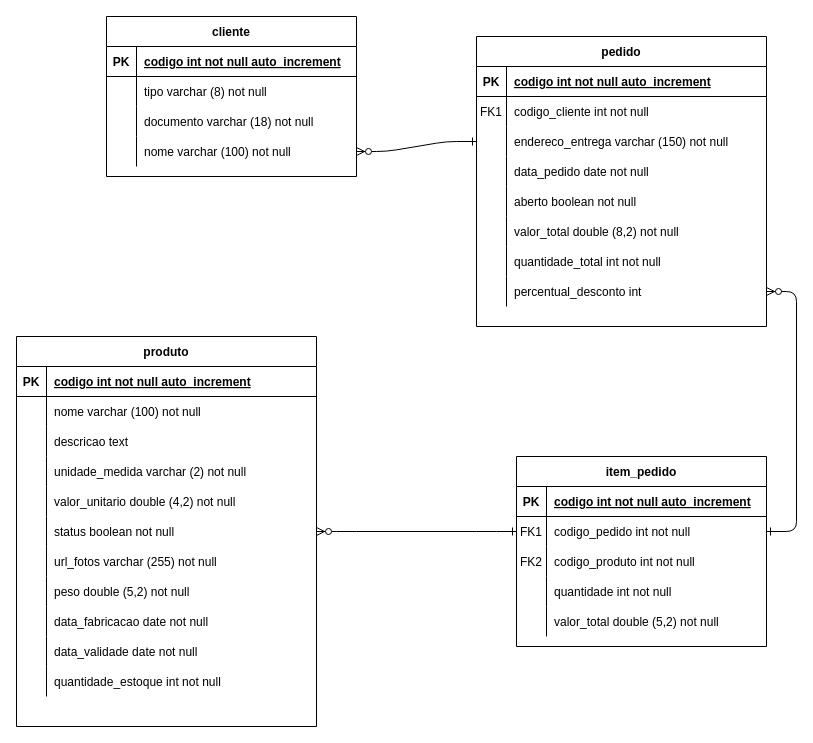
The draw.io diagram Modelagem/MER.drawio in anamelotm/Chocolate-ponto-e-virgula, before the edit. Source tidied: cells renumbered, new cells numbered last; positions are measured from the earlier drawing's top-left corner, leaving out a move shared by most shapes. Both pictures are drawn from the tidied source at 100%, with x=0, y=0 at pixel (16, 16).
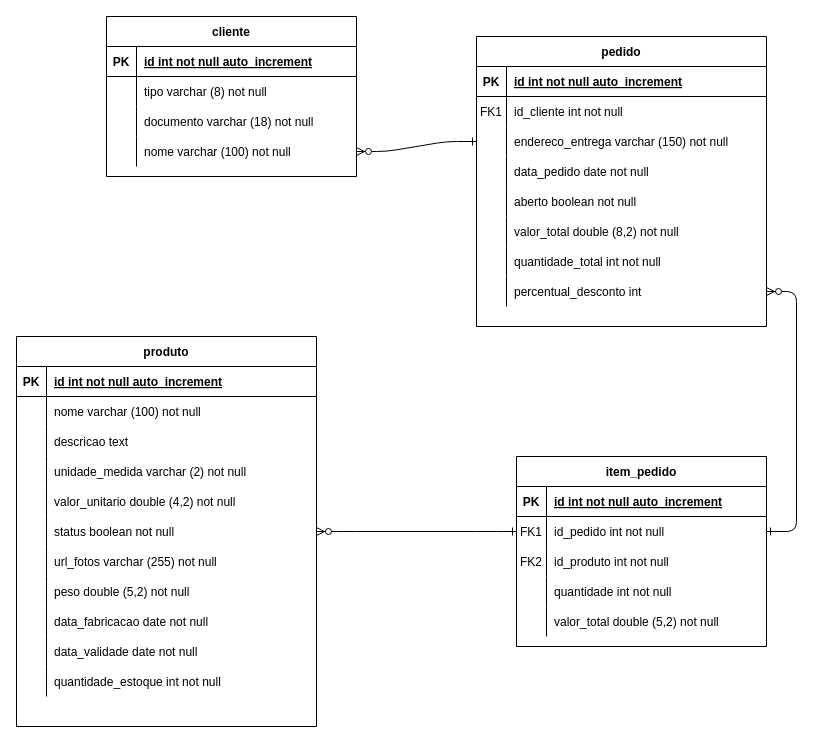
Above is the later version.

Commit message (it also covers changes not shown here):
Atualização do Banco de Dados, MER e UML

Unchanged cells that the change refers to:
```xml
<mxCell id="3" style="shape=partialRectangle;fillColor=none;top=0;left=0;right=0;bottom=1;" parent="2" vertex="1">
  <mxGeometry y="30" width="290" height="30" as="geometry" />
</mxCell>
<mxCell id="6" style="shape=partialRectangle;fillColor=none;top=0;left=0;right=0;bottom=0;" parent="2" vertex="1">
  <mxGeometry y="60" width="290" height="30" as="geometry" />
</mxCell>
<mxCell id="28" style="shape=partialRectangle;fillColor=none;top=0;left=0;right=0;bottom=1;" parent="27" vertex="1">
  <mxGeometry y="30" width="250" height="30" as="geometry" />
</mxCell>
<mxCell id="31" style="shape=partialRectangle;fillColor=none;points=[[0,0.5],[1,0.5]];portConstraint=eastwest;top=0;left=0;right=0;bottom=0;" parent="27" vertex="1">
  <mxGeometry y="60" width="250" height="30" as="geometry" />
</mxCell>
<mxCell id="34" style="shape=partialRectangle;fillColor=none;top=0;left=0;right=0;bottom=0;" parent="27" vertex="1">
  <mxGeometry y="90" width="250" height="30" as="geometry" />
</mxCell>
<mxCell id="44" style="shape=partialRectangle;fillColor=none;top=0;left=0;right=0;bottom=1;" parent="43" vertex="1">
  <mxGeometry y="30" width="250" height="30" as="geometry" />
</mxCell>
<mxCell id="57" style="shape=partialRectangle;fillColor=none;top=0;left=0;right=0;bottom=1;" parent="56" vertex="1">
  <mxGeometry y="30" width="300" height="30" as="geometry" />
</mxCell>
```

Diff of the diagram source:
```diff
@@
-    <mxCell id="5" value="codigo int not null auto_increment" style="shape=partialRectangle;overflow=hidden;fillColor=none;top=0;left=0;bottom=0;right=0;align=left;spacingLeft=6;fontStyle=5;" parent="3" vertex="1">
+    <mxCell id="5" value="id int not null auto_increment" style="shape=partialRectangle;overflow=hidden;fillColor=none;top=0;left=0;bottom=0;right=0;align=left;spacingLeft=6;fontStyle=5;" parent="3" vertex="1">
       <mxGeometry x="30" width="260" height="30" as="geometry" />
     </mxCell>
@@
-    <mxCell id="8" value="codigo_cliente int not null" style="shape=partialRectangle;overflow=hidden;fillColor=none;top=0;left=0;bottom=0;right=0;align=left;spacingLeft=6;" parent="6" vertex="1">
+    <mxCell id="8" value="id_cliente int not null" style="shape=partialRectangle;overflow=hidden;fillColor=none;top=0;left=0;bottom=0;right=0;align=left;spacingLeft=6;" parent="6" vertex="1">
       <mxGeometry x="30" width="260" height="30" as="geometry" />
     </mxCell>
@@
-    <mxCell id="30" value="codigo int not null auto_increment" style="shape=partialRectangle;overflow=hidden;fillColor=none;top=0;left=0;bottom=0;right=0;align=left;spacingLeft=6;fontStyle=5;" parent="28" vertex="1">
+    <mxCell id="30" value="id int not null auto_increment" style="shape=partialRectangle;overflow=hidden;fillColor=none;top=0;left=0;bottom=0;right=0;align=left;spacingLeft=6;fontStyle=5;" parent="28" vertex="1">
       <mxGeometry x="30" width="220" height="30" as="geometry" />
     </mxCell>
@@
-    <mxCell id="33" value="codigo_pedido int not null" style="shape=partialRectangle;overflow=hidden;fillColor=none;top=0;left=0;bottom=0;right=0;align=left;spacingLeft=6;" parent="31" vertex="1">
+    <mxCell id="33" value="id_pedido int not null" style="shape=partialRectangle;overflow=hidden;fillColor=none;top=0;left=0;bottom=0;right=0;align=left;spacingLeft=6;" parent="31" vertex="1">
       <mxGeometry x="30" width="220" height="30" as="geometry" />
     </mxCell>
@@
-    <mxCell id="36" value="codigo_produto int not null" style="shape=partialRectangle;overflow=hidden;fillColor=none;top=0;left=0;bottom=0;right=0;align=left;spacingLeft=6;" parent="34" vertex="1">
+    <mxCell id="36" value="id_produto int not null" style="shape=partialRectangle;overflow=hidden;fillColor=none;top=0;left=0;bottom=0;right=0;align=left;spacingLeft=6;" parent="34" vertex="1">
       <mxGeometry x="30" width="220" height="30" as="geometry" />
     </mxCell>
@@
-    <mxCell id="46" value="codigo int not null auto_increment" style="shape=partialRectangle;overflow=hidden;fillColor=none;top=0;left=0;bottom=0;right=0;align=left;spacingLeft=6;fontStyle=5;" parent="44" vertex="1">
+    <mxCell id="46" value="id int not null auto_increment" style="shape=partialRectangle;overflow=hidden;fillColor=none;top=0;left=0;bottom=0;right=0;align=left;spacingLeft=6;fontStyle=5;" parent="44" vertex="1">
       <mxGeometry x="30" width="220" height="30" as="geometry" />
     </mxCell>
@@
-    <mxCell id="59" value="codigo int not null auto_increment" style="shape=partialRectangle;overflow=hidden;fillColor=none;top=0;left=0;bottom=0;right=0;align=left;spacingLeft=6;fontStyle=5;" parent="57" vertex="1">
+    <mxCell id="59" value="id int not null auto_increment" style="shape=partialRectangle;overflow=hidden;fillColor=none;top=0;left=0;bottom=0;right=0;align=left;spacingLeft=6;fontStyle=5;" parent="57" vertex="1">
       <mxGeometry x="30" width="270" height="30" as="geometry" />
     </mxCell>
```
